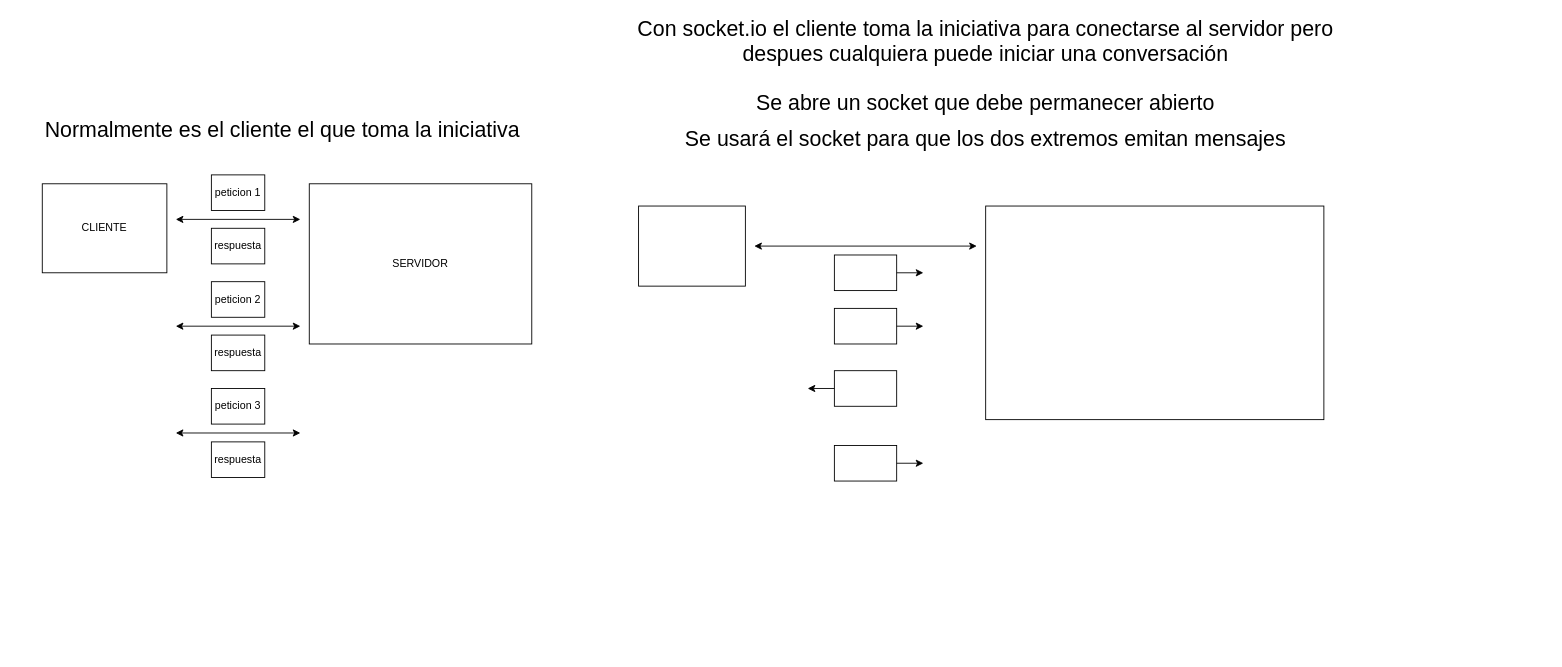
lrag/MEAN_2021 keeps this draw.io diagram as page "Página-63" (63 of 63) of Dibujillos.drawio. Above is the earlier version. Source tidied: cells renumbered, new cells numbered last; positions are measured from the earlier drawing's top-left corner, leaving out a move shared by most shapes. Both pictures are drawn from the tidied source at 89%, with x=0, y=0 at pixel (15, 32).
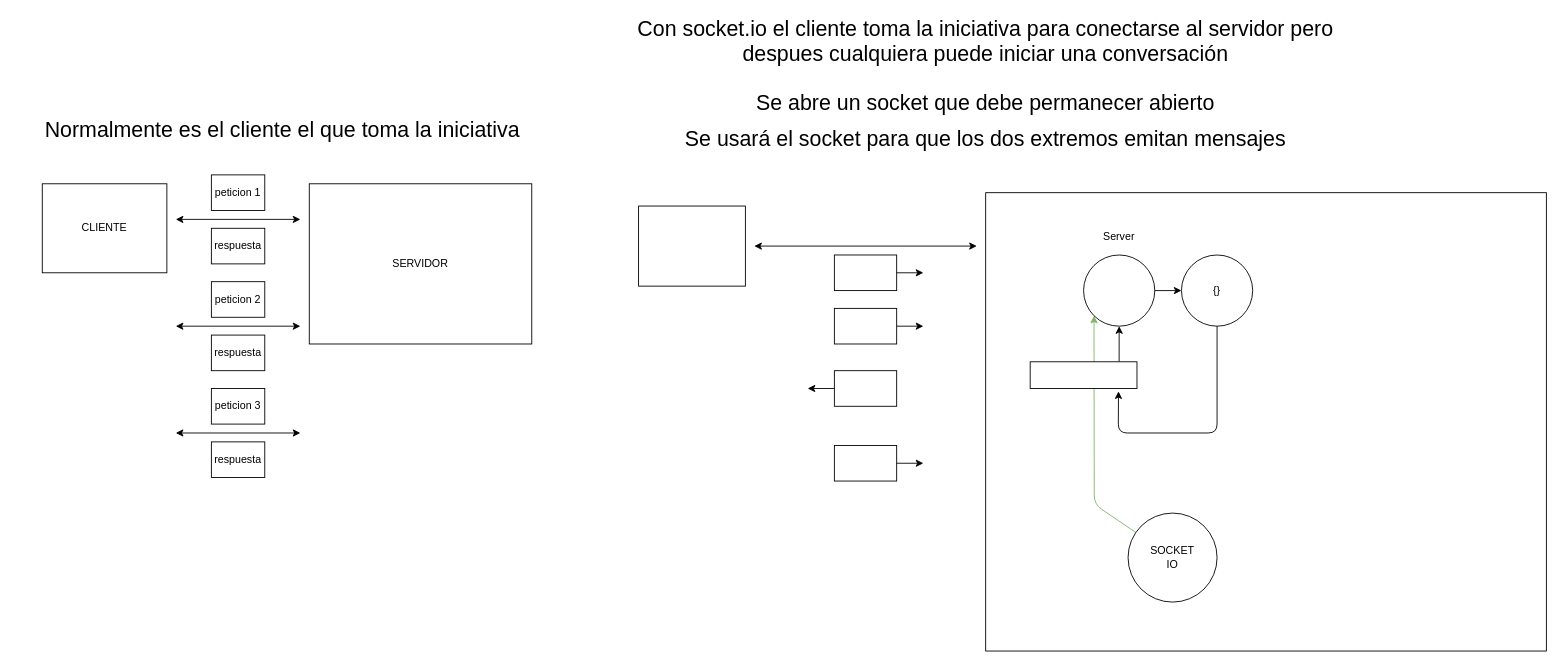
The same page after the edit.

Commit message (it also covers changes not shown here):
Socket AIO

The edit, as a diff of the source:
```diff
@@
+    <mxCell id="15" style="rounded=0;whiteSpace=wrap;html=1;fillColor=none;" parent="1" vertex="1">
+      <mxGeometry x="1090" y="180" width="630" height="515" as="geometry" />
+    </mxCell>
+    <mxCell id="28" style="endArrow=classic;html=1;entryX=0;entryY=1;entryDx=0;entryDy=0;fillColor=#d5e8d4;strokeColor=#82b366;" parent="1" edge="1" source="36" target="30">
+      <mxGeometry relative="1" as="geometry">
+        <Array as="points">
+          <mxPoint x="1212" y="530" />
+        </Array>
+      </mxGeometry>
+    </mxCell>
@@
-    <mxCell id="15" style="rounded=0;whiteSpace=wrap;html=1;" parent="1" vertex="1">
-      <mxGeometry x="1090" y="195" width="380" height="240" as="geometry" />
-    </mxCell>
@@
+    <mxCell id="29" style="edgeStyle=orthogonalEdgeStyle;rounded=0;jettySize=auto;html=1;exitX=1;exitY=0.5;exitDx=0;exitDy=0;entryX=0;entryY=0.5;entryDx=0;entryDy=0;" parent="1" edge="1" source="30" target="33">
+      <mxGeometry relative="1" as="geometry" />
+    </mxCell>
+    <mxCell id="30" style="ellipse;whiteSpace=wrap;html=1;fillColor=none;" parent="1" vertex="1">
+      <mxGeometry x="1200" y="250" width="80" height="80" as="geometry" />
+    </mxCell>
+    <mxCell id="31" value="Server" style="text;html=1;strokeColor=none;fillColor=none;align=center;verticalAlign=middle;whiteSpace=wrap;rounded=0;" parent="1" vertex="1">
+      <mxGeometry x="1220" y="220" width="40" height="20" as="geometry" />
+    </mxCell>
+    <mxCell id="32" style="rounded=0;whiteSpace=wrap;html=1;" parent="1" vertex="1">
+      <mxGeometry x="1140" y="370" width="120" height="30" as="geometry" />
+    </mxCell>
+    <mxCell id="33" value="{}" style="ellipse;whiteSpace=wrap;html=1;fillColor=none;" parent="1" vertex="1">
+      <mxGeometry x="1310" y="250" width="80" height="80" as="geometry" />
+    </mxCell>
+    <mxCell id="34" style="endArrow=classic;html=1;exitX=0.5;exitY=1;exitDx=0;exitDy=0;entryX=0.827;entryY=1.107;entryDx=0;entryDy=0;entryPerimeter=0;" parent="1" edge="1" source="33" target="32">
+      <mxGeometry relative="1" as="geometry">
+        <Array as="points">
+          <mxPoint x="1350" y="450" />
+          <mxPoint x="1239" y="450" />
+        </Array>
+      </mxGeometry>
+    </mxCell>
+    <mxCell id="35" style="endArrow=classic;html=1;entryX=0.5;entryY=1;entryDx=0;entryDy=0;exitX=0.833;exitY=-0.013;exitDx=0;exitDy=0;exitPerimeter=0;" parent="1" edge="1" source="32" target="30">
+      <mxGeometry relative="1" as="geometry" />
+    </mxCell>
+    <mxCell id="36" value="SOCKET&lt;br&gt;IO" style="ellipse;whiteSpace=wrap;html=1;fillColor=none;" parent="1" vertex="1">
+      <mxGeometry x="1250" y="540" width="100" height="100" as="geometry" />
+    </mxCell>
```
